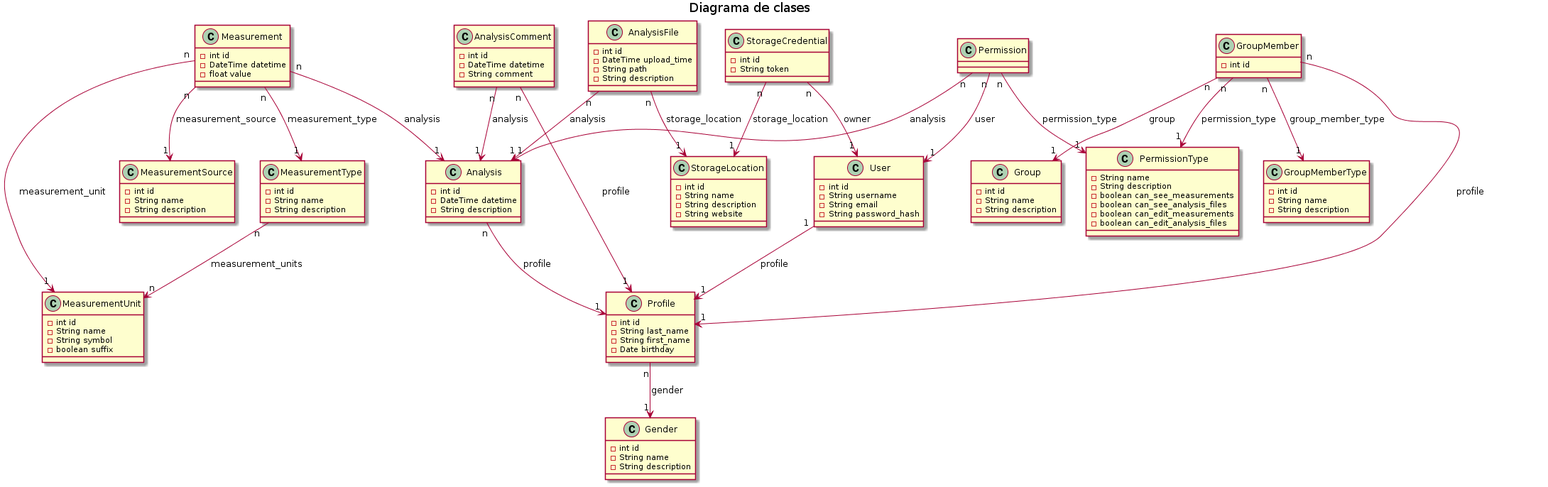
Above: uml/diagramaClases.png in yaninagm/doc (PlantUML), before the change.
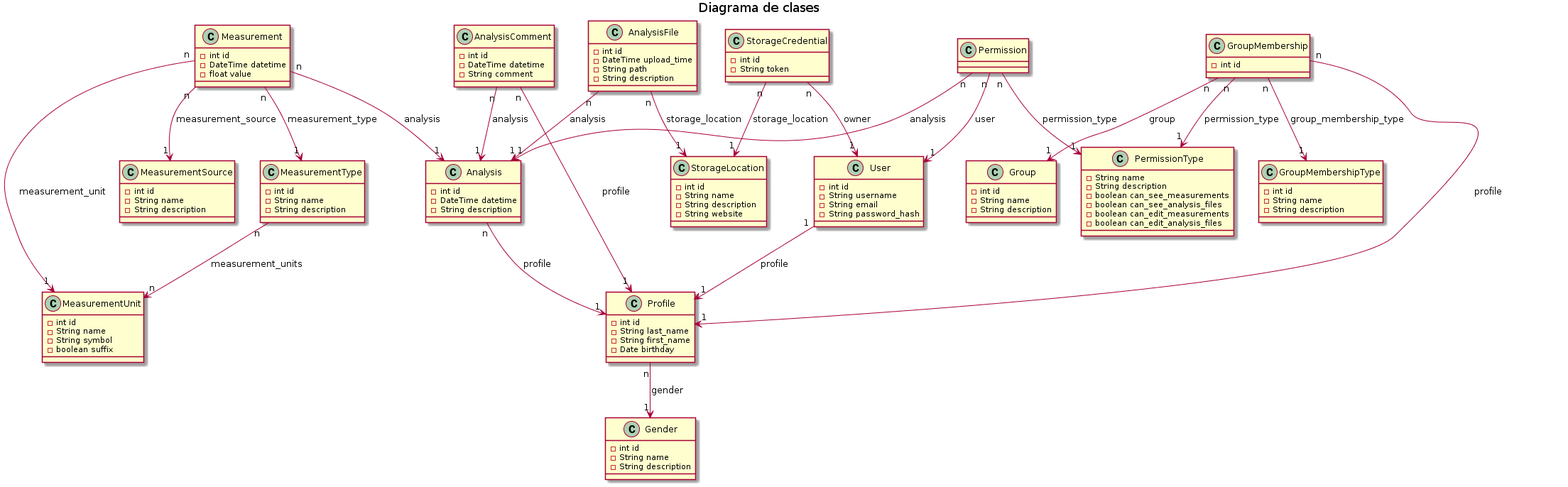
The same file after the commit.

Commit message:
Cambio de nombre, de Member a Membership

The edit, as a diff of the source:
```diff
@@ -96,11 +96,11 @@
     -String description
 }
 
-class GroupMember {
+class GroupMembership {
     -int id
 }
 
-class GroupMemberType {
+class GroupMembershipType {
     -int id
     -String name
     -String description
@@ -132,9 +132,9 @@
 StorageCredential "n" --> "1" User : owner
 StorageCredential "n" --> "1" StorageLocation : storage_location
 
-GroupMember "n" --> "1" Group : group
-GroupMember "n" --> "1" GroupMemberType : group_member_type
-GroupMember "n" --> "1" Profile : profile
-GroupMember "n" --> "1" PermissionType : permission_type
+GroupMembership "n" --> "1" Group : group
+GroupMembership "n" --> "1" GroupMembershipType : group_membership_type
+GroupMembership "n" --> "1" Profile : profile
+GroupMembership "n" --> "1" PermissionType : permission_type
 
 @enduml
```
